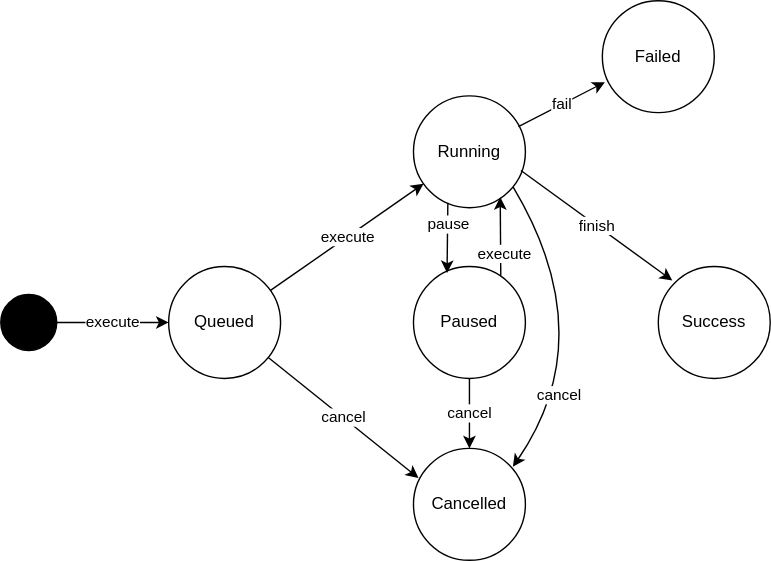
This is design/StateDiagram.svg from cguz/task-management-service, a draw.io export, as it was before one commit. Source tidied: cells renumbered, new cells last; positions are measured from the earlier drawing's top-left corner, leaving out a move shared by most shapes. The source it was exported from:
```xml
<mxGraphModel>
  <root>
    <mxCell id="0" />
    <mxCell id="1" parent="0" />
    <mxCell id="2" value="Queued" style="ellipse;whiteSpace=wrap;html=1;" parent="1" vertex="1">
      <mxGeometry x="120" y="190" width="80" height="80" as="geometry" />
    </mxCell>
    <mxCell id="3" value="Failed" style="ellipse;whiteSpace=wrap;html=1;" parent="1" vertex="1">
      <mxGeometry x="430" width="80" height="80" as="geometry" />
    </mxCell>
    <mxCell id="4" value="Running" style="ellipse;whiteSpace=wrap;html=1;" parent="1" vertex="1">
      <mxGeometry x="295" y="68" width="80" height="80" as="geometry" />
    </mxCell>
    <mxCell id="5" value="Paused" style="ellipse;whiteSpace=wrap;html=1;" parent="1" vertex="1">
      <mxGeometry x="295" y="190" width="80" height="80" as="geometry" />
    </mxCell>
    <mxCell id="6" value="Cancelled" style="ellipse;whiteSpace=wrap;html=1;" parent="1" vertex="1">
      <mxGeometry x="295" y="320" width="80" height="80" as="geometry" />
    </mxCell>
    <mxCell id="7" value="Success" style="ellipse;whiteSpace=wrap;html=1;" parent="1" vertex="1">
      <mxGeometry x="470" y="190" width="80" height="80" as="geometry" />
    </mxCell>
    <mxCell id="8" style="ellipse;whiteSpace=wrap;html=1;fillColor=#000000;" parent="1" vertex="1">
      <mxGeometry y="210" width="40" height="40" as="geometry" />
    </mxCell>
    <mxCell id="9" style="endArrow=classic;html=1;exitX=1;exitY=0.5;exitDx=0;exitDy=0;entryX=0;entryY=0.5;entryDx=0;entryDy=0;" parent="1" edge="1" source="8" target="2">
      <mxGeometry relative="1" as="geometry" />
    </mxCell>
    <mxCell id="10" value="execute" style="edgeLabel;html=1;align=center;verticalAlign=middle;" parent="9" vertex="1">
      <mxGeometry relative="1" as="geometry" />
    </mxCell>
    <mxCell id="11" style="endArrow=classic;html=1;" parent="1" edge="1" source="2" target="4">
      <mxGeometry relative="1" as="geometry" />
    </mxCell>
    <mxCell id="12" value="execute" style="edgeLabel;html=1;align=center;verticalAlign=middle;" parent="11" vertex="1">
      <mxGeometry relative="1" as="geometry" />
    </mxCell>
    <mxCell id="13" style="endArrow=classic;html=1;entryX=0.045;entryY=0.265;entryDx=0;entryDy=0;entryPerimeter=0;" parent="1" edge="1" source="2" target="6">
      <mxGeometry relative="1" as="geometry" />
    </mxCell>
    <mxCell id="14" value="cancel" style="edgeLabel;html=1;align=center;verticalAlign=middle;" parent="13" vertex="1">
      <mxGeometry relative="1" as="geometry" />
    </mxCell>
    <mxCell id="15" style="endArrow=classic;html=1;entryX=0.3;entryY=0.059;entryDx=0;entryDy=0;entryPerimeter=0;exitX=0.307;exitY=0.955;exitDx=0;exitDy=0;exitPerimeter=0;" parent="1" edge="1" source="4" target="5">
      <mxGeometry relative="1" as="geometry" />
    </mxCell>
    <mxCell id="16" value="pause" style="edgeLabel;html=1;align=center;verticalAlign=middle;" parent="15" vertex="1">
      <mxGeometry relative="1" as="geometry">
        <mxPoint y="-10" as="offset" />
      </mxGeometry>
    </mxCell>
    <mxCell id="17" style="endArrow=classic;html=1;entryX=0.775;entryY=0.905;entryDx=0;entryDy=0;entryPerimeter=0;exitX=0.78;exitY=0.08;exitDx=0;exitDy=0;exitPerimeter=0;" parent="1" edge="1" source="5" target="4">
      <mxGeometry relative="1" as="geometry" />
    </mxCell>
    <mxCell id="18" value="execute" style="edgeLabel;html=1;align=center;verticalAlign=middle;" parent="17" vertex="1">
      <mxGeometry relative="1" as="geometry">
        <mxPoint x="3" y="12" as="offset" />
      </mxGeometry>
    </mxCell>
    <mxCell id="19" style="endArrow=classic;html=1;entryX=0.5;entryY=0;entryDx=0;entryDy=0;exitX=0.5;exitY=1;exitDx=0;exitDy=0;" parent="1" edge="1" source="5" target="6">
      <mxGeometry relative="1" as="geometry" />
    </mxCell>
    <mxCell id="20" value="cancel" style="edgeLabel;html=1;align=center;verticalAlign=middle;" parent="19" vertex="1">
      <mxGeometry relative="1" as="geometry" />
    </mxCell>
    <mxCell id="21" style="curved=1;endArrow=classic;html=1;entryX=0.888;entryY=0.165;entryDx=0;entryDy=0;entryPerimeter=0;exitX=0.891;exitY=0.816;exitDx=0;exitDy=0;exitPerimeter=0;" parent="1" edge="1" source="4" target="6">
      <mxGeometry relative="1" as="geometry">
        <Array as="points">
          <mxPoint x="430" y="240" />
        </Array>
      </mxGeometry>
    </mxCell>
    <mxCell id="22" value="cancel" style="edgeLabel;html=1;align=center;verticalAlign=middle;" parent="21" vertex="1">
      <mxGeometry x="0.29" y="-18" relative="1" as="geometry">
        <mxPoint y="28" as="offset" />
      </mxGeometry>
    </mxCell>
    <mxCell id="23" style="endArrow=classic;html=1;entryX=0.125;entryY=0.125;entryDx=0;entryDy=0;entryPerimeter=0;exitX=0.96;exitY=0.667;exitDx=0;exitDy=0;exitPerimeter=0;" parent="1" edge="1" source="4" target="7">
      <mxGeometry relative="1" as="geometry" />
    </mxCell>
    <mxCell id="24" value="finish" style="edgeLabel;html=1;align=center;verticalAlign=middle;" parent="23" vertex="1">
      <mxGeometry relative="1" as="geometry" />
    </mxCell>
    <mxCell id="25" style="endArrow=classic;html=1;entryX=0.023;entryY=0.728;entryDx=0;entryDy=0;entryPerimeter=0;exitX=0.938;exitY=0.275;exitDx=0;exitDy=0;exitPerimeter=0;" parent="1" edge="1" source="4" target="3">
      <mxGeometry relative="1" as="geometry" />
    </mxCell>
    <mxCell id="26" value="fail" style="edgeLabel;html=1;align=center;verticalAlign=middle;" parent="25" vertex="1">
      <mxGeometry relative="1" as="geometry" />
    </mxCell>
  </root>
</mxGraphModel>
```
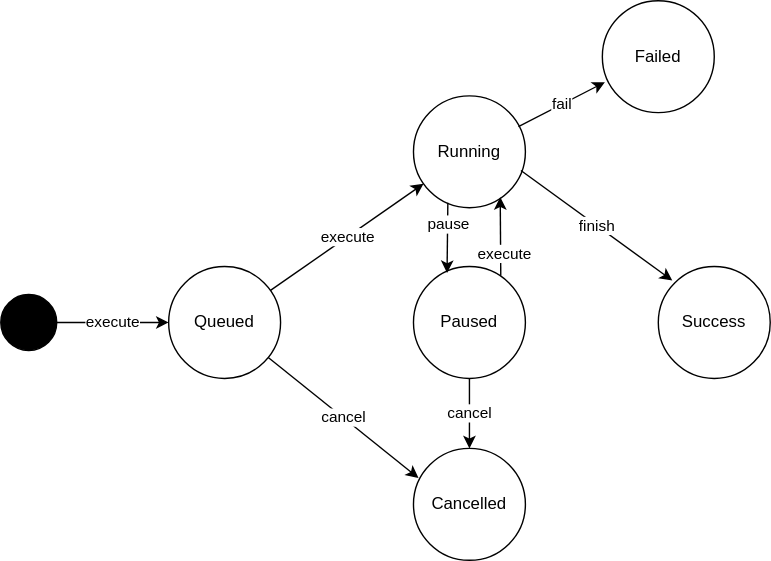
The same diagram one commit later.

The edit, as a diff of the source:
```diff
@@ -63,18 +63,6 @@
     <mxCell id="20" value="cancel" style="edgeLabel;html=1;align=center;verticalAlign=middle;" parent="19" vertex="1">
       <mxGeometry relative="1" as="geometry" />
     </mxCell>
-    <mxCell id="21" style="curved=1;endArrow=classic;html=1;entryX=0.888;entryY=0.165;entryDx=0;entryDy=0;entryPerimeter=0;exitX=0.891;exitY=0.816;exitDx=0;exitDy=0;exitPerimeter=0;" parent="1" edge="1" source="4" target="6">
-      <mxGeometry relative="1" as="geometry">
-        <Array as="points">
-          <mxPoint x="430" y="240" />
-        </Array>
-      </mxGeometry>
-    </mxCell>
-    <mxCell id="22" value="cancel" style="edgeLabel;html=1;align=center;verticalAlign=middle;" parent="21" vertex="1">
-      <mxGeometry x="0.29" y="-18" relative="1" as="geometry">
-        <mxPoint y="28" as="offset" />
-      </mxGeometry>
-    </mxCell>
     <mxCell id="23" style="endArrow=classic;html=1;entryX=0.125;entryY=0.125;entryDx=0;entryDy=0;entryPerimeter=0;exitX=0.96;exitY=0.667;exitDx=0;exitDy=0;exitPerimeter=0;" parent="1" edge="1" source="4" target="7">
       <mxGeometry relative="1" as="geometry" />
     </mxCell>
```
